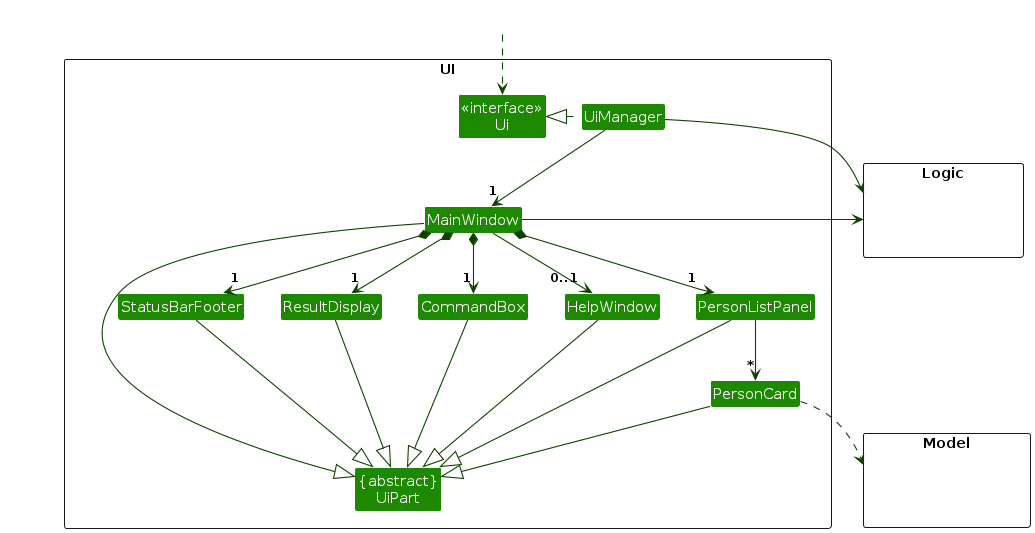
Earlier version of the PlantUML export diagrams/UiClassDiagram.png (AY2627S1-CS2103T-T08-2/tp). Its source is kept beside it as diagrams/UiClassDiagram.puml.
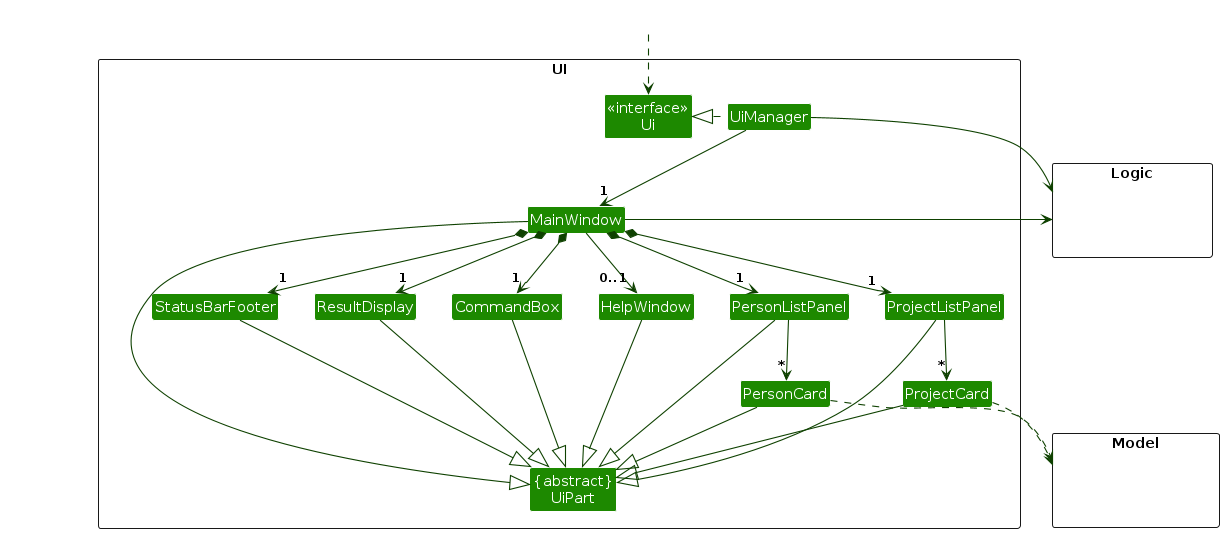
After the change.

The edit, as a diff of the source:
```diff
@@ -13,6 +13,8 @@
 Class ResultDisplay
 Class PersonListPanel
 Class PersonCard
+Class ProjectListPanel
+Class ProjectCard
 Class StatusBarFooter
 Class CommandBox
 }
@@ -33,10 +35,12 @@
 MainWindow *-down->  "1" CommandBox
 MainWindow *-down-> "1" ResultDisplay
 MainWindow *-down-> "1" PersonListPanel
+MainWindow *-down-> "1" ProjectListPanel
 MainWindow *-down-> "1" StatusBarFooter
 MainWindow --> "0..1" HelpWindow
 
 PersonListPanel -down-> "*" PersonCard
+ProjectListPanel -down-> "*" ProjectCard
 
 MainWindow -left-|> UiPart
 
@@ -44,10 +48,13 @@
 CommandBox --|> UiPart
 PersonListPanel --|> UiPart
 PersonCard --|> UiPart
+ProjectListPanel --|> UiPart
+ProjectCard --|> UiPart
 StatusBarFooter --|> UiPart
 HelpWindow --|> UiPart
 
 PersonCard ..> Model
+ProjectCard ..> Model
 UiManager -right-> Logic
 MainWindow -left-> Logic
 
```
